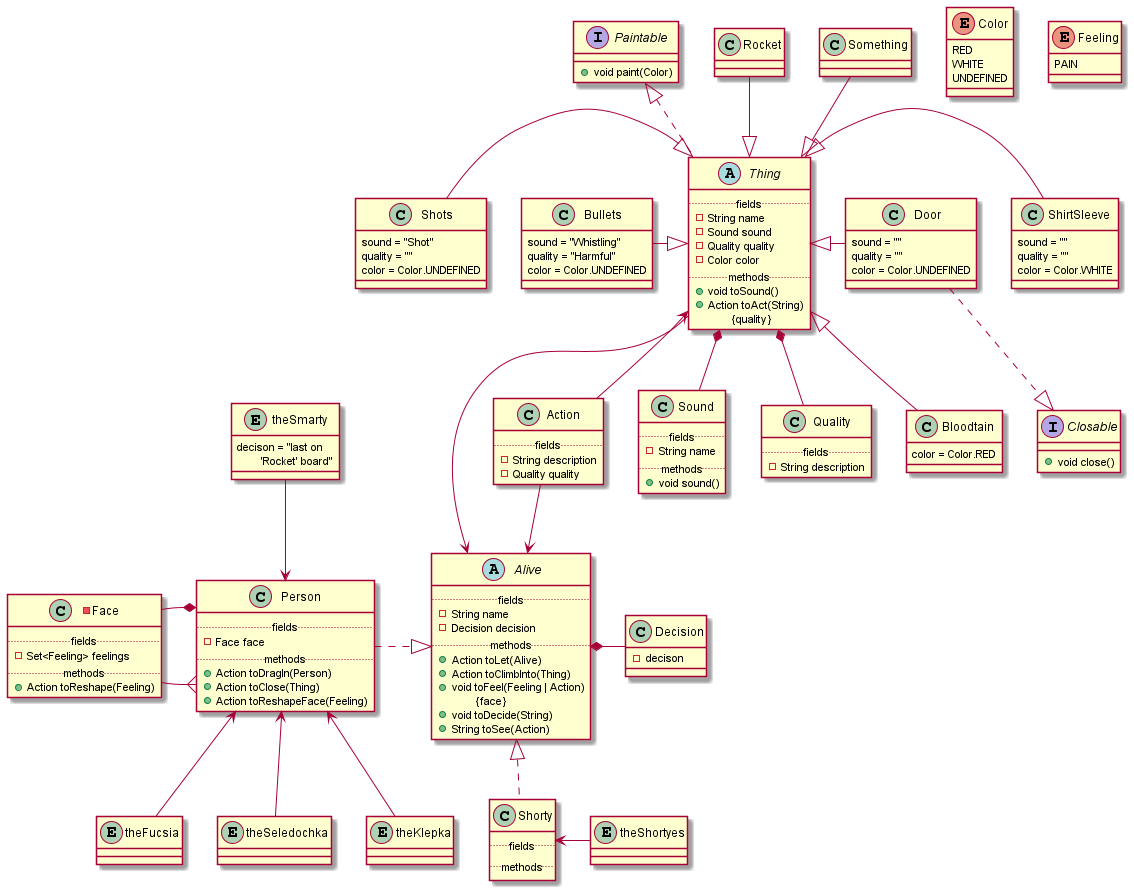
Earlier version of the PlantUML export lab-3/UML-class-diagram.png (e1turin/itmo-programming).
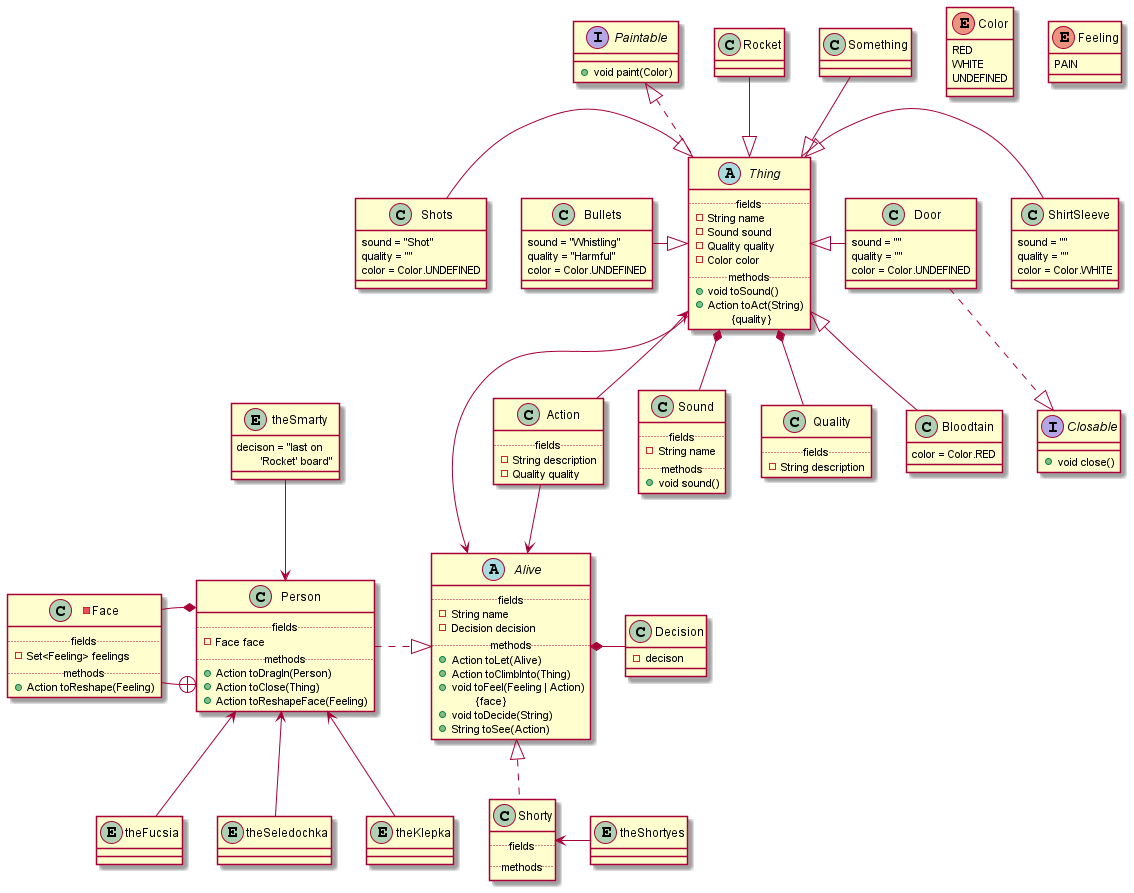
Later version of the same file.

What changed in the source:
```diff
@@ -122,7 +122,7 @@
     .. methods ..
     + {method} Action toReshape(Feeling) /' feeling '/
 }
-Face -{ Person
+Face -+ Person
 Face -* Person
 class Shorty {
     .. fields ..
```
